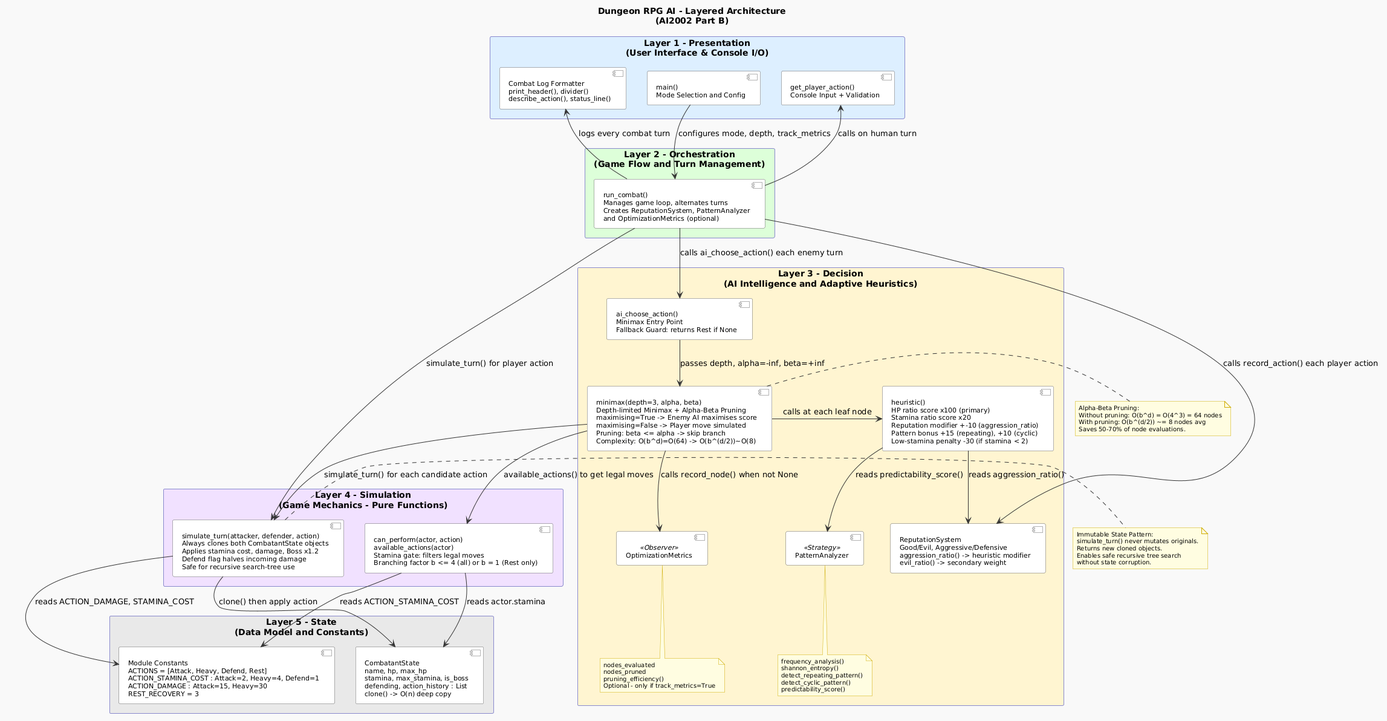
This is uml/architecture_diagram.png from HamasNaveed/AI-Project, a PlantUML export, as it was before one commit.
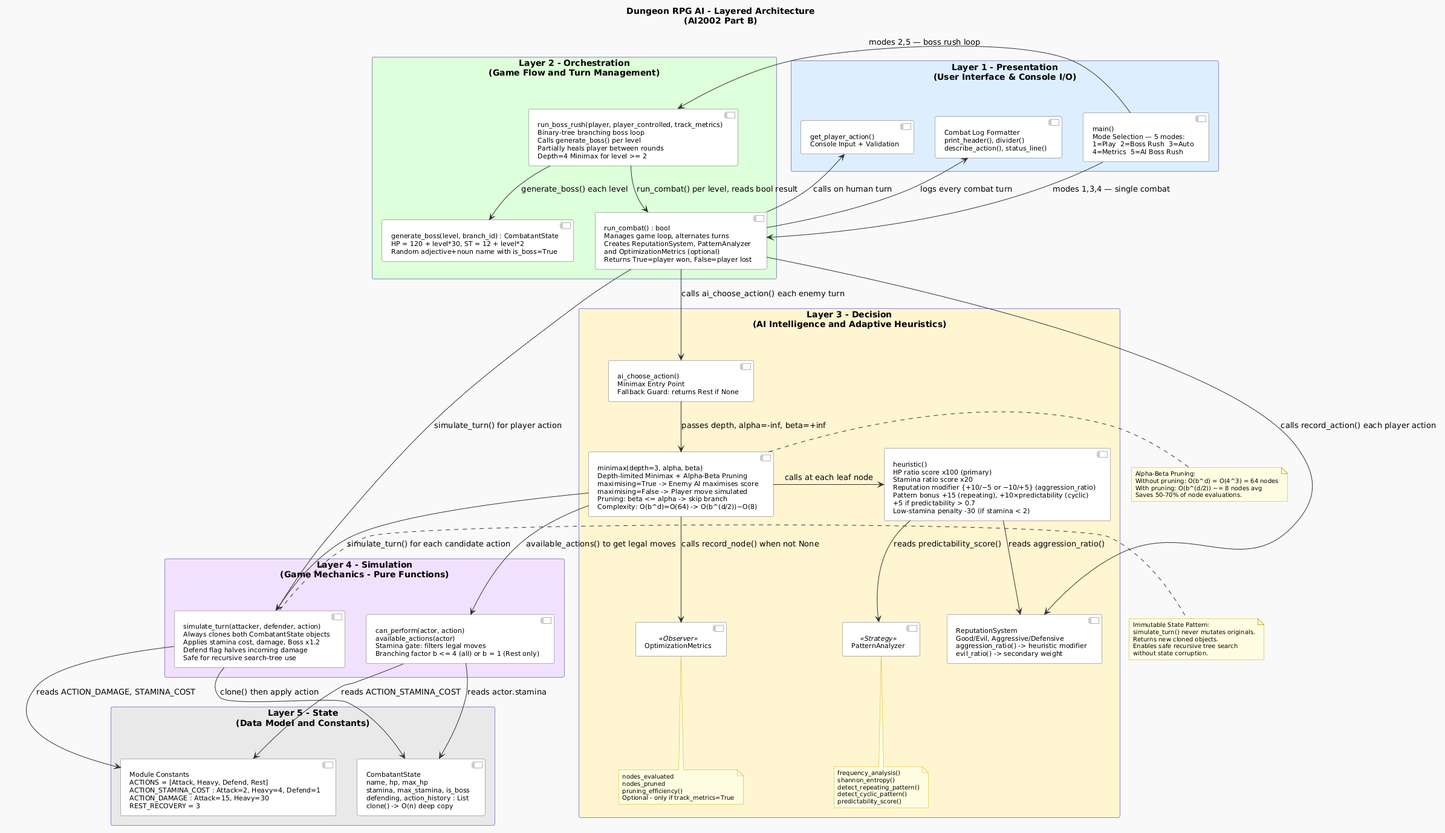
After the change.

Diff of the diagram source:
```diff
@@ -31,7 +31,7 @@
 
 package "Layer 1 - Presentation\n(User Interface & Console I/O)" as L1 #DDEEFF {
 
-    component "main()\nMode Selection and Config" as MAIN
+    component "main()\nMode Selection — 5 modes:\n1=Play  2=Boss Rush  3=Auto\n4=Metrics  5=AI Boss Rush" as MAIN
 
     component "get_player_action()\nConsole Input + Validation" as INPUT
 
@@ -41,7 +41,11 @@
 
 package "Layer 2 - Orchestration\n(Game Flow and Turn Management)" as L2 #DDFFD8 {
 
-    component "run_combat()\nManages game loop, alternates turns\nCreates ReputationSystem, PatternAnalyzer\nand OptimizationMetrics (optional)" as COMBAT
+    component "run_combat() : bool\nManages game loop, alternates turns\nCreates ReputationSystem, PatternAnalyzer\nand OptimizationMetrics (optional)\nReturns True=player won, False=player lost" as COMBAT
+
+    component "run_boss_rush(player, player_controlled, track_metrics)\nBinary-tree branching boss loop\nCalls generate_boss() per level\nPartially heals player between rounds\nDepth=4 Minimax for level >= 2" as BOSSRUSH
+
+    component "generate_boss(level, branch_id) : CombatantState\nHP = 120 + level*30, ST = 12 + level*2\nRandom adjective+noun name with is_boss=True" as GENB
 }
 
 
@@ -51,7 +55,7 @@
 
     component "minimax(depth=3, alpha, beta)\nDepth-limited Minimax + Alpha-Beta Pruning\nmaximising=True -> Enemy AI maximises score\nmaximising=False -> Player move simulated\nPruning: beta <= alpha -> skip branch\nComplexity: O(b^d)=O(64) -> O(b^(d/2))~O(8)" as MINIMAX
 
-    component "heuristic()\nHP ratio score x100 (primary)\nStamina ratio score x20\nReputation modifier +-10 (aggression_ratio)\nPattern bonus +15 (repeating), +10 (cyclic)\nLow-stamina penalty -30 (if stamina < 2)" as HEUR
+    component "heuristic()\nHP ratio score x100 (primary)\nStamina ratio score x20\nReputation modifier {+10/−5 or −10/+5} (aggression_ratio)\nPattern bonus +15 (repeating), +10×predictability (cyclic)\n+5 if predictability > 0.7\nLow-stamina penalty -30 (if stamina < 2)" as HEUR
 
     component "ReputationSystem\nGood/Evil, Aggressive/Defensive\naggression_ratio() -> heuristic modifier\nevil_ratio() -> secondary weight" as REP
 
@@ -92,9 +96,12 @@
 }
 
 
-MAIN   -down-> COMBAT : configures mode, depth, track_metrics
-COMBAT -down-> INPUT  : calls on human turn
-COMBAT -up-> OUTPUT   : logs every combat turn
+MAIN      -down-> COMBAT    : modes 1,3,4 — single combat
+MAIN      -down-> BOSSRUSH  : modes 2,5 — boss rush loop
+BOSSRUSH  -down-> GENB      : generate_boss() each level
+BOSSRUSH  -down-> COMBAT    : run_combat() per level, reads bool result
+COMBAT    -down-> INPUT     : calls on human turn
+COMBAT    -up->   OUTPUT    : logs every combat turn
 
 COMBAT -down-> SELECTOR : calls ai_choose_action() each enemy turn
 COMBAT -down-> REP      : calls record_action() each player action
```
